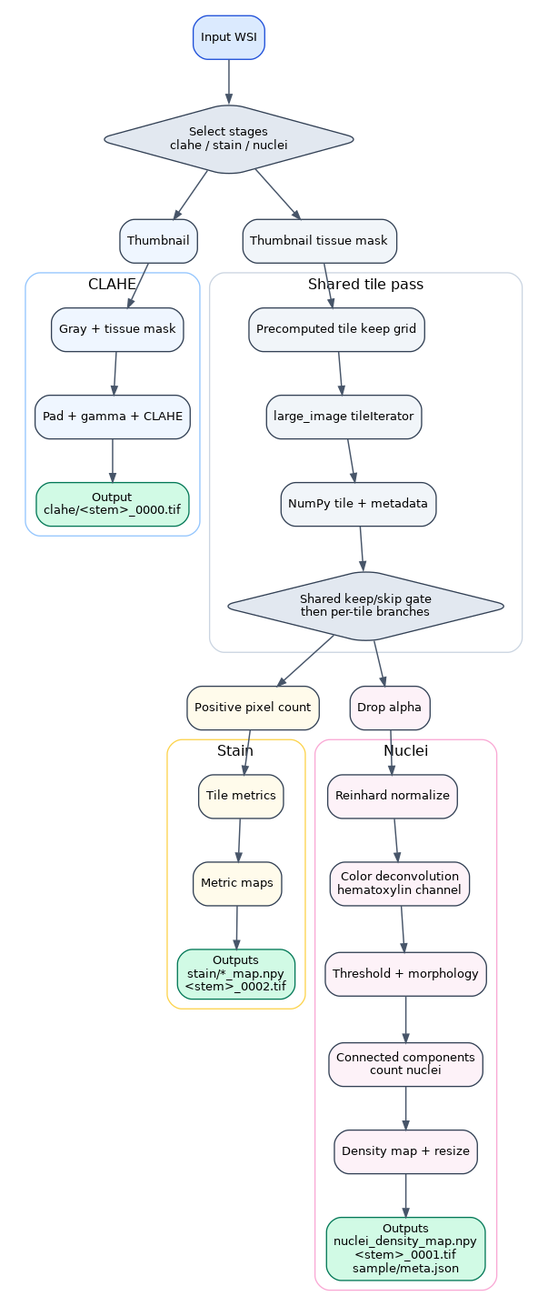
Earlier version of the Graphviz export pipeline_schematic_compact.png (hombre111/histoprocessor). Its source is kept beside it as pipeline_schematic_compact.dot.
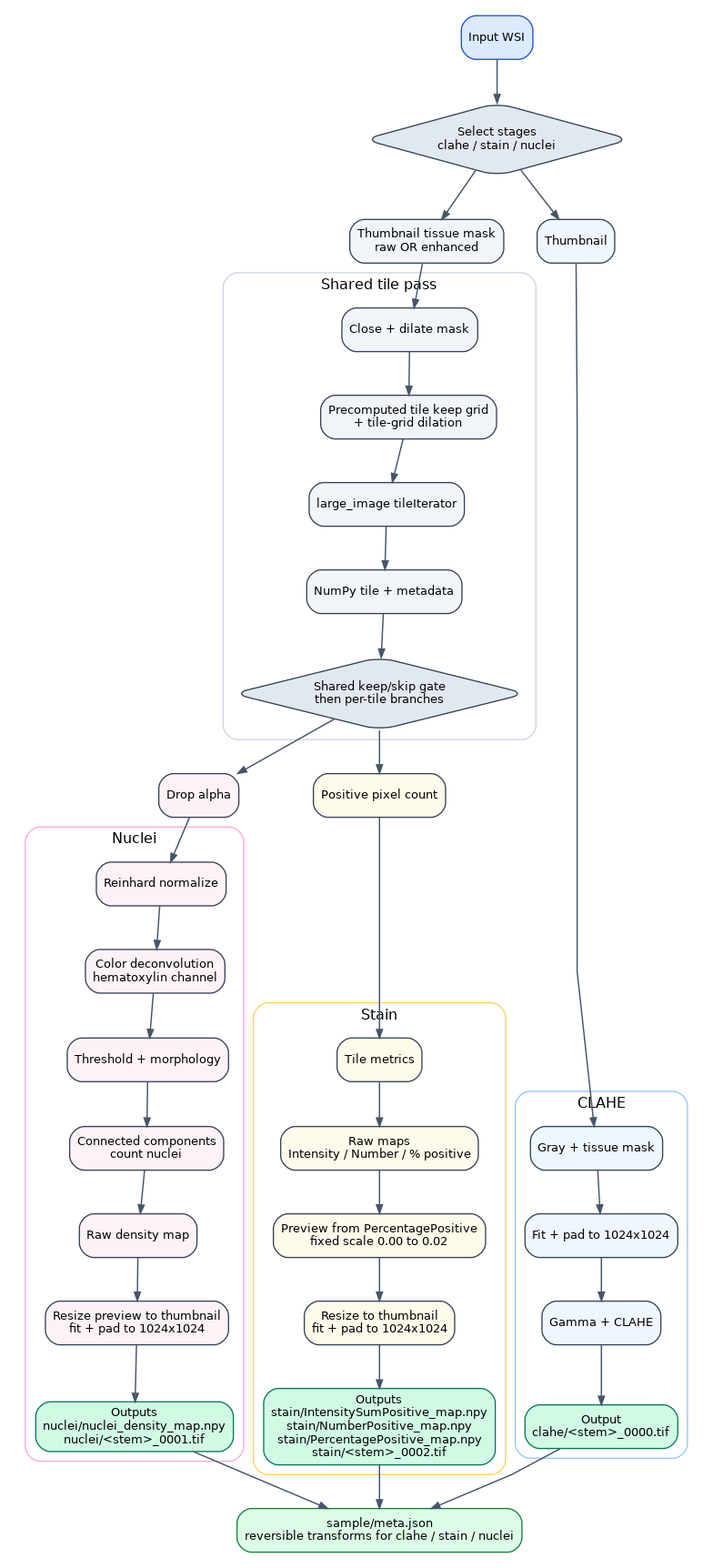
Later version of the same file.

Commit message:
Fixed a bug with only one piece of tissue being detected. Now tissue mask covers all tissue detected, not just largest region.

What changed in the source:
```diff
@@ -38,10 +38,11 @@
 
     c0 [label="Thumbnail", fillcolor="#eff6ff"];
     c1 [label="Gray + tissue mask", fillcolor="#eff6ff"];
-    c2 [label="Pad + gamma + CLAHE", fillcolor="#eff6ff"];
-    c3 [label="Output\nclahe/<stem>_0000.tif", fillcolor="#d1fae5", color="#047857"];
+    c2 [label="Fit + pad to 1024x1024", fillcolor="#eff6ff"];
+    c3 [label="Gamma + CLAHE", fillcolor="#eff6ff"];
+    c4 [label="Output\nclahe/<stem>_0000.tif", fillcolor="#d1fae5", color="#047857"];
 
-    c0 -> c1 -> c2 -> c3;
+    c0 -> c1 -> c2 -> c3 -> c4;
   }
 
   subgraph cluster_shared {
@@ -50,13 +51,14 @@
     style="rounded";
     fontsize=12;
 
-    t0 [label="Thumbnail tissue mask", fillcolor="#f1f5f9"];
-    t1 [label="Precomputed tile keep grid", fillcolor="#f1f5f9"];
+    t0 [label="Thumbnail tissue mask\nraw OR enhanced", fillcolor="#f1f5f9"];
+    t1 [label="Close + dilate mask", fillcolor="#f1f5f9"];
+    t2a [label="Precomputed tile keep grid\n+ tile-grid dilation", fillcolor="#f1f5f9"];
     t2 [label="large_image tileIterator", fillcolor="#f1f5f9"];
     t3 [label="NumPy tile + metadata", fillcolor="#f1f5f9"];
     split [label="Shared keep/skip gate\nthen per-tile branches", shape=diamond, fillcolor="#e2e8f0"];
 
-    t0 -> t1 -> t2 -> t3 -> split;
+    t0 -> t1 -> t2a -> t2 -> t3 -> split;
   }
 
   subgraph cluster_stain {
@@ -67,10 +69,12 @@
 
     s0 [label="Positive pixel count", fillcolor="#fffbeb"];
     s1 [label="Tile metrics", fillcolor="#fffbeb"];
-    s2 [label="Metric maps", fillcolor="#fffbeb"];
-    s3 [label="Outputs\nstain/*_map.npy\n<stem>_0002.tif", fillcolor="#d1fae5", color="#047857"];
+    s2 [label="Raw maps\nIntensity / Number / % positive", fillcolor="#fffbeb"];
+    s3 [label="Preview from PercentagePositive\nfixed scale 0.00 to 0.02", fillcolor="#fffbeb"];
+    s4 [label="Resize to thumbnail\nfit + pad to 1024x1024", fillcolor="#fffbeb"];
+    s5 [label="Outputs\nstain/IntensitySumPositive_map.npy\nstain/NumberPositive_map.npy\nstain/PercentagePositive_map.npy\nstain/<stem>_0002.tif", fillcolor="#d1fae5", color="#047857"];
 
-    s0 -> s1 -> s2 -> s3;
+    s0 -> s1 -> s2 -> s3 -> s4 -> s5;
   }
 
   subgraph cluster_nuclei {
@@ -84,16 +88,22 @@
     n2 [label="Color deconvolution\nhematoxylin channel", fillcolor="#fdf2f8"];
     n3 [label="Threshold + morphology", fillcolor="#fdf2f8"];
     n4 [label="Connected components\ncount nuclei", fillcolor="#fdf2f8"];
-    n5 [label="Density map + resize", fillcolor="#fdf2f8"];
-    n6 [label="Outputs\nnuclei_density_map.npy\n<stem>_0001.tif\nsample/meta.json", fillcolor="#d1fae5", color="#047857"];
+    n5 [label="Raw density map", fillcolor="#fdf2f8"];
+    n6 [label="Resize preview to thumbnail\nfit + pad to 1024x1024", fillcolor="#fdf2f8"];
+    n7 [label="Outputs\nnuclei/nuclei_density_map.npy\nnuclei/<stem>_0001.tif", fillcolor="#d1fae5", color="#047857"];
 
-    n0 -> n1 -> n2 -> n3 -> n4 -> n5 -> n6;
+    n0 -> n1 -> n2 -> n3 -> n4 -> n5 -> n6 -> n7;
   }
+
+  meta [label="sample/meta.json\nreversible transforms for clahe / stain / nuclei", fillcolor="#dcfce7", color="#15803d"];
 
   select -> c0;
   select -> t0;
   split -> s0;
   split -> n0;
+  c4 -> meta;
+  s5 -> meta;
+  n7 -> meta;
 
   {rank=same; c0; t0}
   {rank=same; s0; n0}
```
